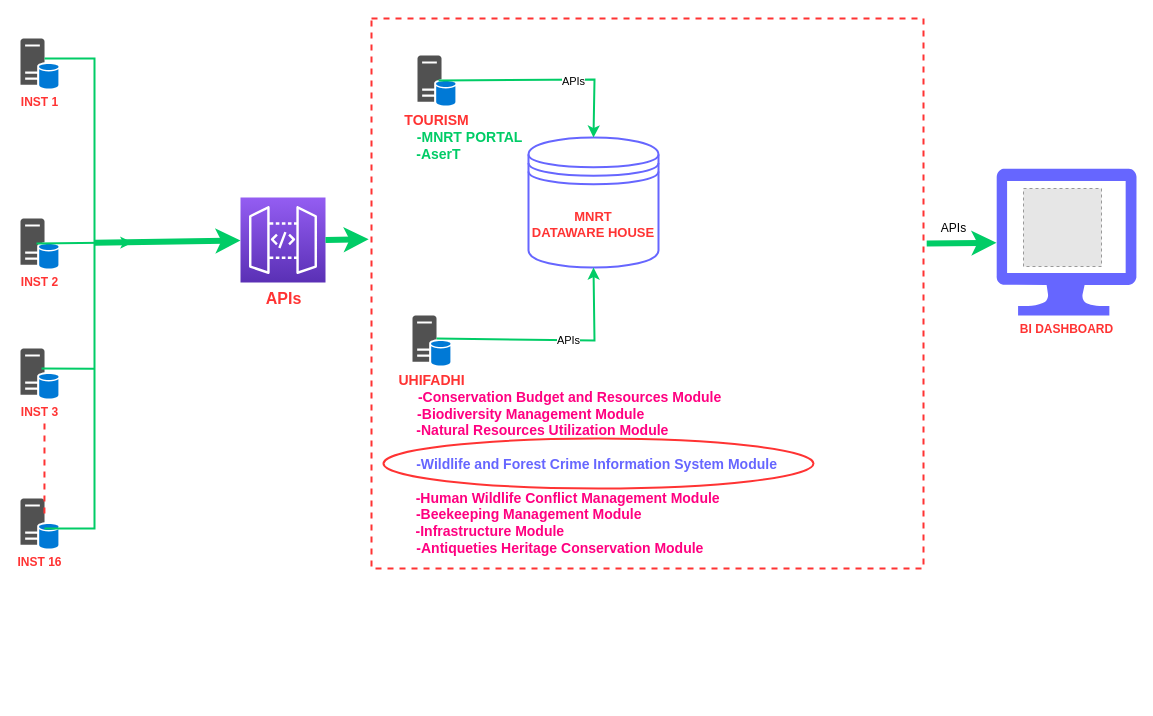
Earlier version of the draw.io diagram BI diagram templeate.drawio (MbalamulaS/bi-diagram-template). Source tidied: cells renumbered, new cells numbered last; positions are measured from the earlier drawing's top-left corner, leaving out a move shared by most shapes. Both pictures are drawn from the tidied source at 100%, with x=0, y=0 at pixel (20, 18). Pictures stored in the file or linked from it are replaced by grey dashed boxes.
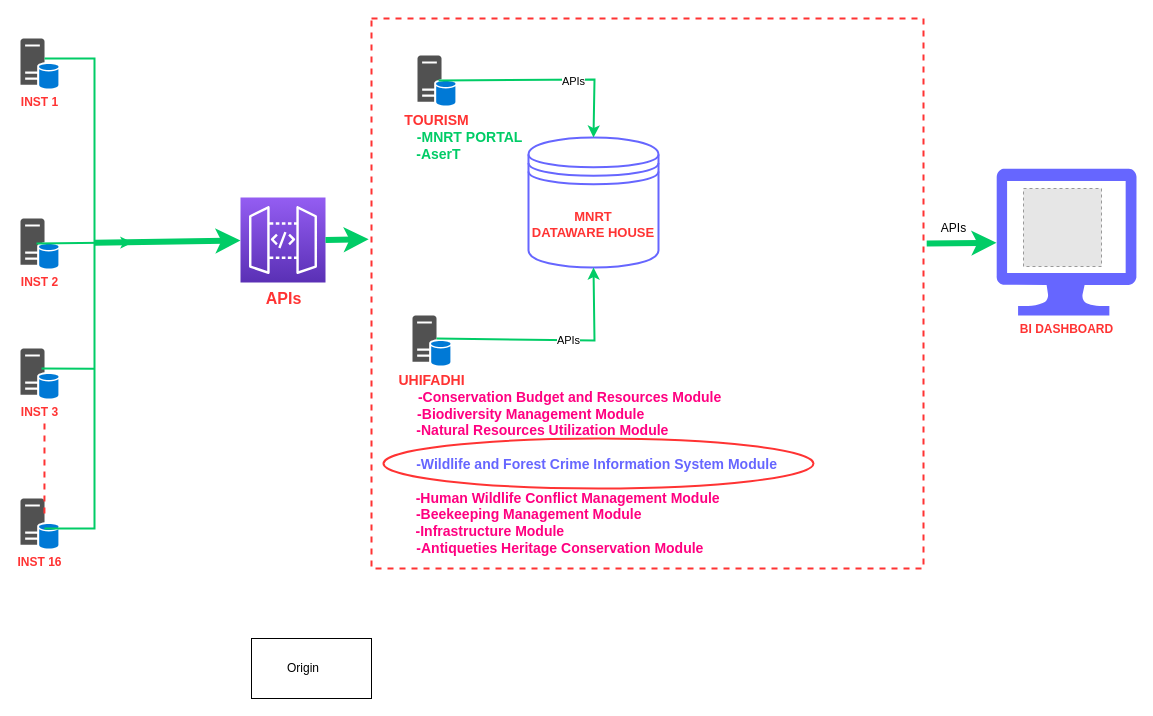
The same diagram, later.

Change to the diagram source:
```diff
@@
+    <mxCell id="27" style="rounded=0;whiteSpace=wrap;html=1;" parent="1" vertex="1">
+      <mxGeometry x="231" y="620" width="120" height="60" as="geometry" />
+    </mxCell>
+    <mxCell id="28" value="Origin" style="text;html=1;align=center;verticalAlign=middle;whiteSpace=wrap;rounded=0;" parent="1" vertex="1">
+      <mxGeometry x="253" y="635" width="60" height="30" as="geometry" />
+    </mxCell>
```
